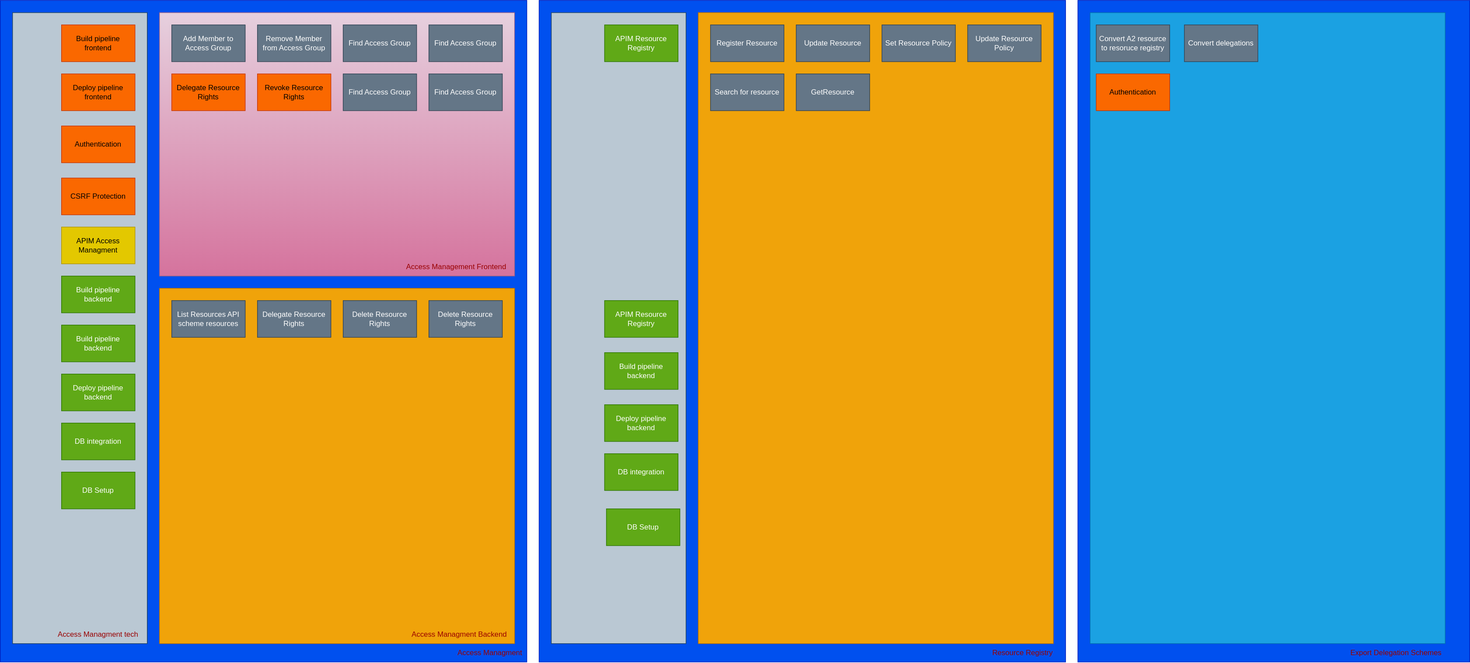
This is content/technology/solutions/altinn-platform/authorization/modernizationstatus.drawio.svg from Altinn/altinn-studio-docs, a draw.io export, as it was before one commit. Source tidied: cells renumbered, new cells last; positions are measured from the earlier drawing's top-left corner, leaving out a move shared by most shapes.
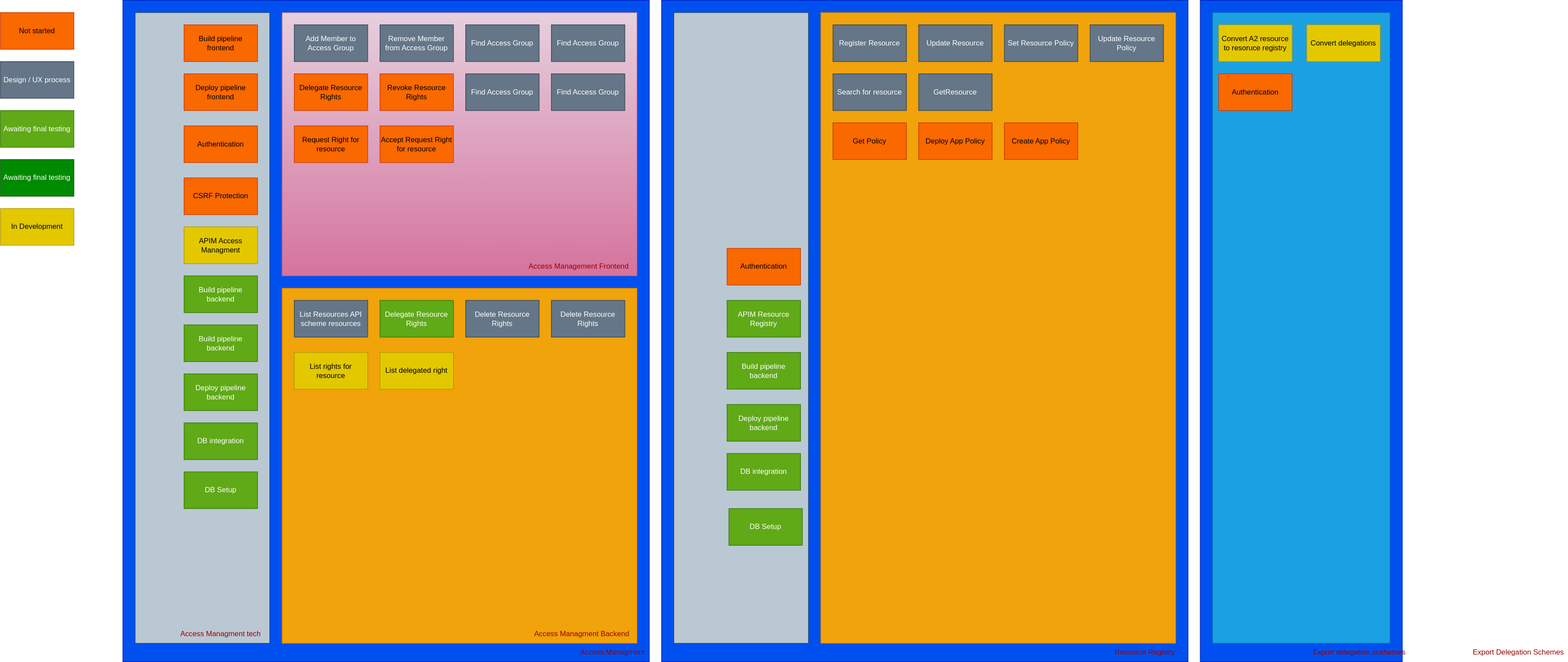
Later version of the same file.

Change to the diagram source:
```diff
@@ -44,7 +44,7 @@
     <mxCell id="15" value="List Resources API scheme resources" style="rounded=0;whiteSpace=wrap;html=1;fillColor=#647687;fontColor=#ffffff;strokeColor=#314354;" parent="1" vertex="1">
       <mxGeometry x="280" y="490" width="120" height="60" as="geometry" />
     </mxCell>
-    <mxCell id="16" value="Delegate Resource Rights" style="rounded=0;whiteSpace=wrap;html=1;fillColor=#647687;fontColor=#ffffff;strokeColor=#314354;" parent="1" vertex="1">
+    <mxCell id="16" value="Delegate Resource Rights" style="rounded=0;whiteSpace=wrap;html=1;fillColor=#60a917;fontColor=#ffffff;strokeColor=#2D7600;" parent="1" vertex="1">
       <mxGeometry x="420" y="490" width="120" height="60" as="geometry" />
     </mxCell>
     <mxCell id="17" value="Delete Resource Rights" style="rounded=0;whiteSpace=wrap;html=1;fillColor=#647687;fontColor=#ffffff;strokeColor=#314354;" parent="1" vertex="1">
@@ -92,9 +92,6 @@
     <mxCell id="31" value="DB integration" style="rounded=0;whiteSpace=wrap;html=1;fillColor=#60a917;fontColor=#ffffff;strokeColor=#2D7600;" parent="1" vertex="1">
       <mxGeometry x="100" y="690" width="120" height="60" as="geometry" />
     </mxCell>
-    <mxCell id="32" value="APIM Resource Registry" style="rounded=0;whiteSpace=wrap;html=1;fillColor=#60a917;strokeColor=#2D7600;fontColor=#ffffff;" parent="1" vertex="1">
-      <mxGeometry x="987" y="40" width="120" height="60" as="geometry" />
-    </mxCell>
     <mxCell id="33" value="Register Resource" style="rounded=0;whiteSpace=wrap;html=1;fillColor=#647687;fontColor=#ffffff;strokeColor=#314354;" parent="1" vertex="1">
       <mxGeometry x="1160" y="40" width="120" height="60" as="geometry" />
     </mxCell>
@@ -129,15 +126,15 @@
       <mxGeometry x="987" y="740" width="120" height="60" as="geometry" />
     </mxCell>
     <mxCell id="44" style="rounded=0;whiteSpace=wrap;html=1;fillColor=#0050ef;fontColor=#ffffff;strokeColor=#001DBC;" parent="1" vertex="1">
-      <mxGeometry x="1760" width="640" height="1080" as="geometry" />
+      <mxGeometry x="1760" width="330" height="1080" as="geometry" />
     </mxCell>
     <mxCell id="45" style="rounded=0;whiteSpace=wrap;html=1;fillColor=#1ba1e2;fontColor=#ffffff;strokeColor=#006EAF;" parent="1" vertex="1">
-      <mxGeometry x="1780" y="20" width="580" height="1030" as="geometry" />
+      <mxGeometry x="1780" y="20" width="290" height="1030" as="geometry" />
     </mxCell>
-    <mxCell id="46" value="Convert A2 resource to resoruce registry" style="rounded=0;whiteSpace=wrap;html=1;fillColor=#647687;fontColor=#ffffff;strokeColor=#314354;" parent="1" vertex="1">
+    <mxCell id="46" value="Convert A2 resource to resoruce registry" style="rounded=0;whiteSpace=wrap;html=1;fillColor=#e3c800;fontColor=#000000;strokeColor=#B09500;" parent="1" vertex="1">
       <mxGeometry x="1790" y="40" width="120" height="60" as="geometry" />
     </mxCell>
-    <mxCell id="47" value="Convert delegations" style="rounded=0;whiteSpace=wrap;html=1;fillColor=#647687;fontColor=#ffffff;strokeColor=#314354;" parent="1" vertex="1">
+    <mxCell id="47" value="Convert delegations" style="rounded=0;whiteSpace=wrap;html=1;fillColor=#e3c800;fontColor=#000000;strokeColor=#B09500;" parent="1" vertex="1">
       <mxGeometry x="1934" y="40" width="120" height="60" as="geometry" />
     </mxCell>
     <mxCell id="48" value="APIM Resource Registry" style="rounded=0;whiteSpace=wrap;html=1;fillColor=#60a917;fontColor=#ffffff;strokeColor=#2D7600;" parent="1" vertex="1">
@@ -158,5 +155,47 @@
     <mxCell id="53" value="GetResource" style="rounded=0;whiteSpace=wrap;html=1;fillColor=#647687;fontColor=#ffffff;strokeColor=#314354;" parent="1" vertex="1">
       <mxGeometry x="1300" y="120" width="120" height="60" as="geometry" />
     </mxCell>
+    <mxCell id="54" value="Export delegation scehemes" style="text;html=1;strokeColor=none;fillColor=none;align=center;verticalAlign=middle;whiteSpace=wrap;rounded=0;fontColor=#990000;" parent="1" vertex="1">
+      <mxGeometry x="1940" y="1050" width="160" height="30" as="geometry" />
+    </mxCell>
+    <mxCell id="55" value="Authentication" style="rounded=0;whiteSpace=wrap;html=1;fillColor=#fa6800;fontColor=#000000;strokeColor=#C73500;" parent="1" vertex="1">
+      <mxGeometry x="987" y="405" width="120" height="60" as="geometry" />
+    </mxCell>
+    <mxCell id="56" value="Get Policy" style="rounded=0;whiteSpace=wrap;html=1;fillColor=#fa6800;fontColor=#000000;strokeColor=#C73500;" parent="1" vertex="1">
+      <mxGeometry x="1160" y="200" width="120" height="60" as="geometry" />
+    </mxCell>
+    <mxCell id="57" value="Deploy App Policy" style="rounded=0;whiteSpace=wrap;html=1;fillColor=#fa6800;fontColor=#000000;strokeColor=#C73500;" parent="1" vertex="1">
+      <mxGeometry x="1300" y="200" width="120" height="60" as="geometry" />
+    </mxCell>
+    <mxCell id="58" value="Create App Policy" style="rounded=0;whiteSpace=wrap;html=1;fillColor=#fa6800;fontColor=#000000;strokeColor=#C73500;" parent="1" vertex="1">
+      <mxGeometry x="1440" y="200" width="120" height="60" as="geometry" />
+    </mxCell>
+    <mxCell id="59" value="Request Right for resource" style="rounded=0;whiteSpace=wrap;html=1;fillColor=#fa6800;fontColor=#000000;strokeColor=#C73500;" parent="1" vertex="1">
+      <mxGeometry x="280" y="205" width="120" height="60" as="geometry" />
+    </mxCell>
+    <mxCell id="60" value="Accept Request Right for resource" style="rounded=0;whiteSpace=wrap;html=1;fillColor=#fa6800;fontColor=#000000;strokeColor=#C73500;" parent="1" vertex="1">
+      <mxGeometry x="420" y="205" width="120" height="60" as="geometry" />
+    </mxCell>
+    <mxCell id="61" value="Not started" style="rounded=0;whiteSpace=wrap;html=1;fillColor=#fa6800;fontColor=#000000;strokeColor=#C73500;" parent="1" vertex="1">
+      <mxGeometry x="-200" y="20" width="120" height="60" as="geometry" />
+    </mxCell>
+    <mxCell id="62" value="Design / UX process" style="rounded=0;whiteSpace=wrap;html=1;fillColor=#647687;fontColor=#ffffff;strokeColor=#314354;" parent="1" vertex="1">
+      <mxGeometry x="-200" y="100" width="120" height="60" as="geometry" />
+    </mxCell>
+    <mxCell id="63" value="Awaiting final testing" style="rounded=0;whiteSpace=wrap;html=1;fillColor=#60a917;fontColor=#ffffff;strokeColor=#2D7600;" parent="1" vertex="1">
+      <mxGeometry x="-200" y="180" width="120" height="60" as="geometry" />
+    </mxCell>
+    <mxCell id="64" value="Awaiting final testing" style="rounded=0;whiteSpace=wrap;html=1;fillColor=#008a00;fontColor=#ffffff;strokeColor=#005700;" parent="1" vertex="1">
+      <mxGeometry x="-200" y="260" width="120" height="60" as="geometry" />
+    </mxCell>
+    <mxCell id="65" value="In Development" style="rounded=0;whiteSpace=wrap;html=1;fillColor=#e3c800;fontColor=#000000;strokeColor=#B09500;" parent="1" vertex="1">
+      <mxGeometry x="-200" y="340" width="120" height="60" as="geometry" />
+    </mxCell>
+    <mxCell id="66" value="List rights for resource" style="rounded=0;whiteSpace=wrap;html=1;fillColor=#e3c800;fontColor=#000000;strokeColor=#B09500;" parent="1" vertex="1">
+      <mxGeometry x="280" y="575" width="120" height="60" as="geometry" />
+    </mxCell>
+    <mxCell id="67" value="List delegated right" style="rounded=0;whiteSpace=wrap;html=1;fillColor=#e3c800;fontColor=#000000;strokeColor=#B09500;" parent="1" vertex="1">
+      <mxGeometry x="420" y="575" width="120" height="60" as="geometry" />
+    </mxCell>
   </root>
 </mxGraphModel>
```
